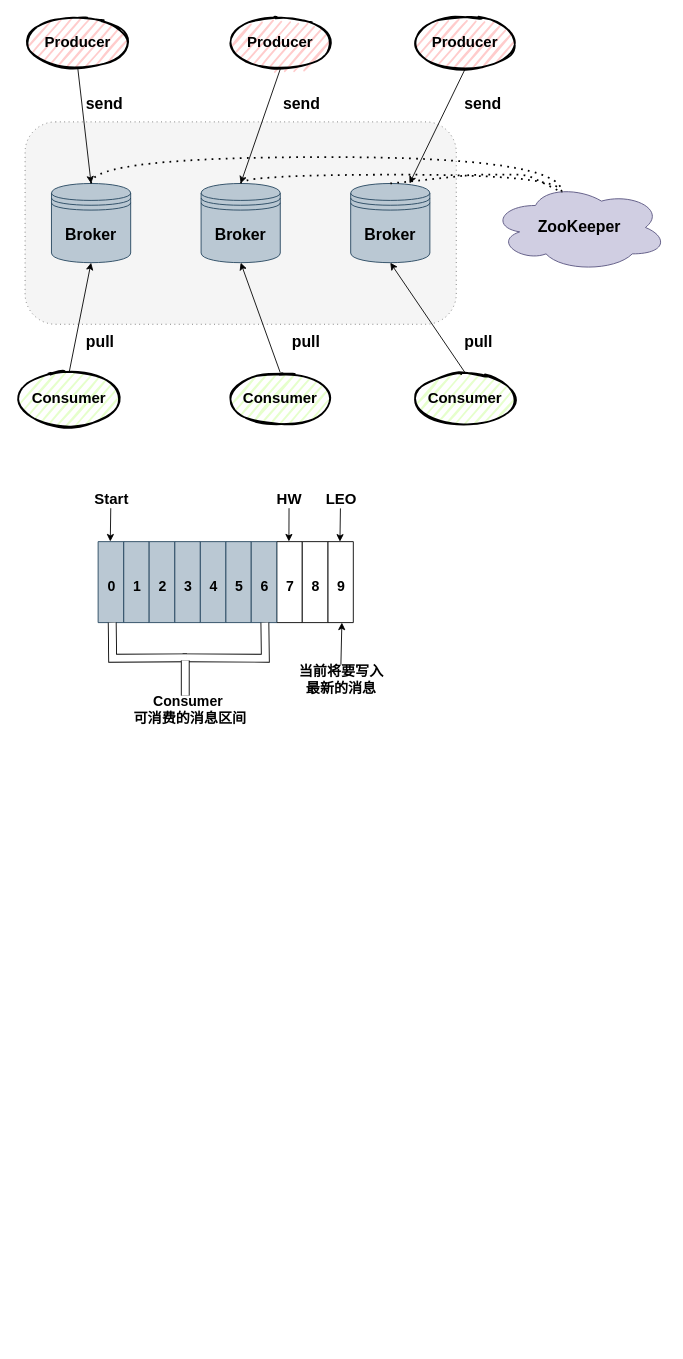
This is Kafka.drawio from C-wx/MindManager, a draw.io file, before an edit. Source tidied: cells renumbered, new cells numbered last; positions are measured from the earlier drawing's top-left corner, leaving out a move shared by most shapes. Both pictures are drawn from the tidied source at 88%, with x=0, y=0 at pixel (16, 16).
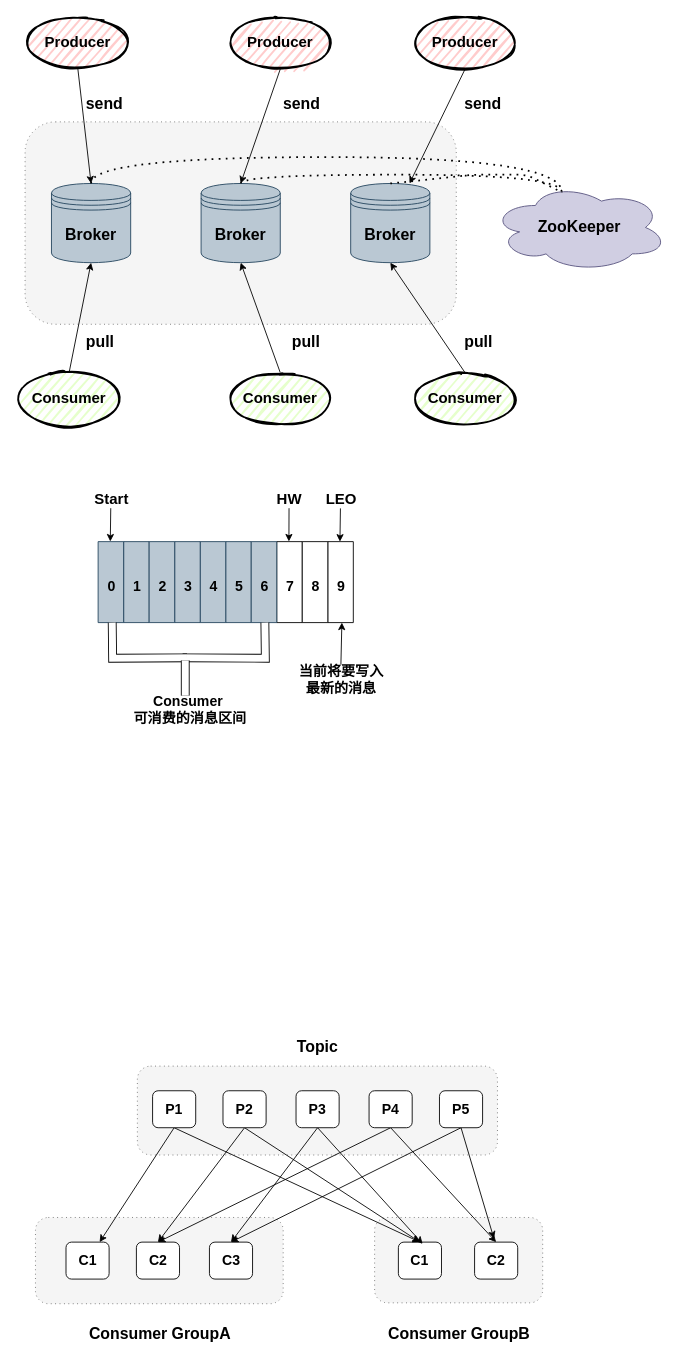
Above is the later version.

What changed in the source:
```diff
@@
+    <mxCell id="60" style="shape=ext;rounded=1;html=1;whiteSpace=wrap;dashed=1;dashPattern=1 4;fillColor=#f5f5f5;strokeColor=#666666;fontColor=#333333;fontSize=16;fontStyle=1;" parent="1" vertex="1">
+      <mxGeometry x="21.8" y="1365" width="281.5" height="98" as="geometry" />
+    </mxCell>
+    <mxCell id="61" style="shape=ext;rounded=1;html=1;whiteSpace=wrap;dashed=1;dashPattern=1 4;fillColor=#f5f5f5;strokeColor=#666666;fontColor=#333333;fontSize=16;fontStyle=1;" parent="1" vertex="1">
+      <mxGeometry x="407.2" y="1365" width="191" height="97" as="geometry" />
+    </mxCell>
+    <mxCell id="62" value="C1" style="rounded=1;whiteSpace=wrap;html=1;fontSize=16;fontStyle=1;" parent="1" vertex="1">
+      <mxGeometry x="56.5" y="1393" width="49" height="42" as="geometry" />
+    </mxCell>
+    <mxCell id="63" value="C2" style="rounded=1;whiteSpace=wrap;html=1;fontSize=16;fontStyle=1;" parent="1" vertex="1">
+      <mxGeometry x="136.5" y="1393" width="49" height="42" as="geometry" />
+    </mxCell>
+    <mxCell id="64" value="C3" style="rounded=1;whiteSpace=wrap;html=1;fontSize=16;fontStyle=1;" parent="1" vertex="1">
+      <mxGeometry x="219.5" y="1393" width="49" height="42" as="geometry" />
+    </mxCell>
+    <mxCell id="65" value="C1" style="rounded=1;whiteSpace=wrap;html=1;fontSize=16;fontStyle=1;" parent="1" vertex="1">
+      <mxGeometry x="434.2" y="1393" width="49" height="42" as="geometry" />
+    </mxCell>
+    <mxCell id="66" value="C2" style="rounded=1;whiteSpace=wrap;html=1;fontSize=16;fontStyle=1;" parent="1" vertex="1">
+      <mxGeometry x="520.8" y="1393" width="49" height="42" as="geometry" />
+    </mxCell>
+    <mxCell id="67" value="&lt;font style=&quot;font-size: 18px&quot;&gt;&lt;b&gt;Consumer GroupA&lt;/b&gt;&lt;/font&gt;" style="text;html=1;align=center;verticalAlign=middle;" parent="1" vertex="1">
+      <mxGeometry x="77" y="1488" width="171" height="20" as="geometry" />
+    </mxCell>
+    <mxCell id="68" value="&lt;font style=&quot;font-size: 18px&quot;&gt;&lt;b&gt;Consumer GroupB&lt;/b&gt;&lt;/font&gt;" style="text;html=1;align=center;verticalAlign=middle;" parent="1" vertex="1">
+      <mxGeometry x="417.2" y="1488" width="171" height="20" as="geometry" />
+    </mxCell>
+    <mxCell id="69" style="shape=ext;rounded=1;html=1;whiteSpace=wrap;dashed=1;dashPattern=1 4;fillColor=#f5f5f5;strokeColor=#666666;fontColor=#333333;fontSize=16;fontStyle=1;" parent="1" vertex="1">
+      <mxGeometry x="137.6" y="1193" width="409.2" height="101" as="geometry" />
+    </mxCell>
+    <mxCell id="70" style="rounded=0;jettySize=auto;html=1;exitX=0.5;exitY=1;exitDx=0;exitDy=0;fontSize=16;" parent="1" edge="1" source="72" target="62">
+      <mxGeometry relative="1" as="geometry" />
+    </mxCell>
+    <mxCell id="71" style="edgeStyle=none;rounded=0;jettySize=auto;html=1;exitX=0.5;exitY=1;exitDx=0;exitDy=0;entryX=0.5;entryY=0;entryDx=0;entryDy=0;fontSize=16;" parent="1" edge="1" source="72" target="65">
+      <mxGeometry relative="1" as="geometry" />
+    </mxCell>
+    <mxCell id="72" value="P1" style="rounded=1;whiteSpace=wrap;html=1;fontSize=16;fontStyle=1;" parent="1" vertex="1">
+      <mxGeometry x="154.9" y="1221" width="49" height="42" as="geometry" />
+    </mxCell>
+    <mxCell id="73" style="edgeStyle=none;rounded=0;jettySize=auto;html=1;exitX=0.5;exitY=1;exitDx=0;exitDy=0;entryX=0.5;entryY=0;entryDx=0;entryDy=0;fontSize=16;" parent="1" edge="1" source="75" target="63">
+      <mxGeometry relative="1" as="geometry" />
+    </mxCell>
+    <mxCell id="74" style="edgeStyle=none;rounded=0;jettySize=auto;html=1;exitX=0.5;exitY=1;exitDx=0;exitDy=0;entryX=0.5;entryY=0;entryDx=0;entryDy=0;fontSize=16;" parent="1" edge="1" source="75" target="65">
+      <mxGeometry relative="1" as="geometry" />
+    </mxCell>
+    <mxCell id="75" value="P2" style="rounded=1;whiteSpace=wrap;html=1;fontSize=16;fontStyle=1;" parent="1" vertex="1">
+      <mxGeometry x="234.9" y="1221" width="49" height="42" as="geometry" />
+    </mxCell>
+    <mxCell id="76" style="edgeStyle=none;rounded=0;jettySize=auto;html=1;exitX=0.5;exitY=1;exitDx=0;exitDy=0;entryX=0.5;entryY=0;entryDx=0;entryDy=0;fontSize=16;" parent="1" edge="1" source="78" target="64">
+      <mxGeometry relative="1" as="geometry" />
+    </mxCell>
+    <mxCell id="77" style="edgeStyle=none;rounded=0;jettySize=auto;html=1;exitX=0.5;exitY=1;exitDx=0;exitDy=0;fontSize=16;" parent="1" edge="1" source="78">
+      <mxGeometry relative="1" as="geometry">
+        <mxPoint x="461.8" y="1395" as="targetPoint" />
+      </mxGeometry>
+    </mxCell>
+    <mxCell id="78" value="P3" style="rounded=1;whiteSpace=wrap;html=1;fontSize=16;fontStyle=1;" parent="1" vertex="1">
+      <mxGeometry x="317.9" y="1221" width="49" height="42" as="geometry" />
+    </mxCell>
+    <mxCell id="79" style="edgeStyle=none;rounded=0;jettySize=auto;html=1;exitX=0.5;exitY=1;exitDx=0;exitDy=0;entryX=0.5;entryY=0;entryDx=0;entryDy=0;fontSize=16;" parent="1" edge="1" source="81" target="63">
+      <mxGeometry relative="1" as="geometry" />
+    </mxCell>
+    <mxCell id="80" style="edgeStyle=none;rounded=0;jettySize=auto;html=1;exitX=0.5;exitY=1;exitDx=0;exitDy=0;entryX=0.5;entryY=0;entryDx=0;entryDy=0;fontSize=16;" parent="1" edge="1" source="81" target="66">
+      <mxGeometry relative="1" as="geometry" />
+    </mxCell>
+    <mxCell id="81" value="P4" style="rounded=1;whiteSpace=wrap;html=1;fontSize=16;fontStyle=1;" parent="1" vertex="1">
+      <mxGeometry x="400.9" y="1221" width="49" height="42" as="geometry" />
+    </mxCell>
+    <mxCell id="82" style="edgeStyle=none;rounded=0;jettySize=auto;html=1;exitX=0.5;exitY=1;exitDx=0;exitDy=0;fontSize=16;" parent="1" edge="1" source="84">
+      <mxGeometry relative="1" as="geometry">
+        <mxPoint x="542.8" y="1389" as="targetPoint" />
+      </mxGeometry>
+    </mxCell>
+    <mxCell id="83" style="edgeStyle=none;rounded=0;jettySize=auto;html=1;exitX=0.5;exitY=1;exitDx=0;exitDy=0;entryX=0.5;entryY=0;entryDx=0;entryDy=0;fontSize=16;" parent="1" edge="1" source="84" target="64">
+      <mxGeometry relative="1" as="geometry" />
+    </mxCell>
+    <mxCell id="84" value="P5" style="rounded=1;whiteSpace=wrap;html=1;fontSize=16;fontStyle=1;" parent="1" vertex="1">
+      <mxGeometry x="480.9" y="1221" width="49" height="42" as="geometry" />
+    </mxCell>
+    <mxCell id="85" value="&lt;span style=&quot;font-size: 18px&quot;&gt;&lt;b&gt;Topic&lt;/b&gt;&lt;/span&gt;" style="text;html=1;align=center;verticalAlign=middle;" parent="1" vertex="1">
+      <mxGeometry x="313.9" y="1162" width="57" height="20" as="geometry" />
+    </mxCell>
```
